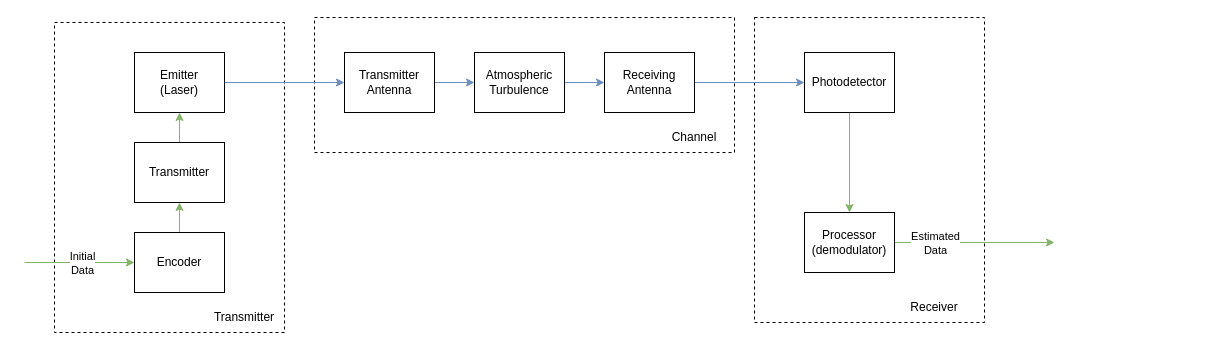
Earlier version of the draw.io diagram fsoc_diagram.drawio (Stribuzz/drawio_figs). Source tidied: cells renumbered, new cells numbered last; positions are measured from the earlier drawing's top-left corner, leaving out a move shared by most shapes. Both pictures are drawn from the tidied source at 100%, with x=0, y=0 at pixel (24, 17).
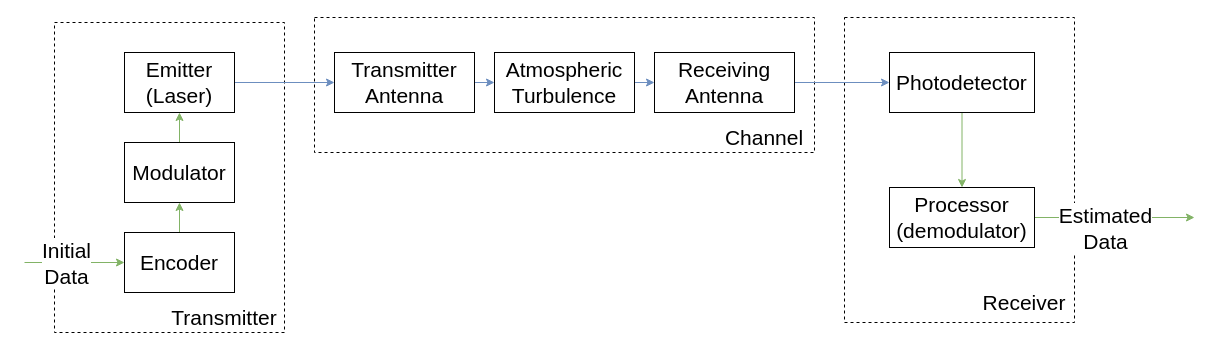
After the change.

The change refers to these unchanged cells:
```xml
<mxCell id="5" style="endArrow=classic;html=1;rounded=0;entryX=0;entryY=0.5;entryDx=0;entryDy=0;fillColor=#d5e8d4;strokeColor=#82b366;" parent="1" edge="1" target="8">
  <mxGeometry relative="1" as="geometry">
    <mxPoint y="245" as="sourcePoint" />
  </mxGeometry>
</mxCell>
```

Change to the diagram source:
```diff
@@
     <mxCell id="2" style="rounded=0;whiteSpace=wrap;html=1;fillColor=none;dashed=1;" parent="1" vertex="1">
-      <mxGeometry x="730" width="230" height="305" as="geometry" />
+      <mxGeometry x="820" width="230" height="305" as="geometry" />
     </mxCell>
     <mxCell id="3" style="rounded=0;whiteSpace=wrap;html=1;fillColor=none;dashed=1;" parent="1" vertex="1">
-      <mxGeometry x="290" width="420" height="135" as="geometry" />
+      <mxGeometry x="290" width="500" height="135" as="geometry" />
     </mxCell>
@@
-    <mxCell id="6" value="&lt;div&gt;Initial&lt;/div&gt;&lt;div&gt;Data&lt;br&gt;&lt;/div&gt;" style="edgeLabel;html=1;align=center;verticalAlign=middle;" parent="5" vertex="1">
+    <mxCell id="6" value="&lt;div&gt;&lt;font style=&quot;font-size: 21px;&quot;&gt;Initial&lt;/font&gt;&lt;/div&gt;&lt;div&gt;&lt;font style=&quot;font-size: 21px;&quot;&gt;Data&lt;br&gt;&lt;/font&gt;&lt;/div&gt;" style="edgeLabel;html=1;align=center;verticalAlign=middle;" parent="5" vertex="1">
       <mxGeometry x="0.07" y="-5" relative="1" as="geometry">
-        <mxPoint x="-2" y="-5" as="offset" />
+        <mxPoint x="-13" y="-5" as="offset" />
       </mxGeometry>
     </mxCell>
@@
-    <mxCell id="8" value="Encoder" style="rounded=0;whiteSpace=wrap;html=1;" parent="1" vertex="1">
-      <mxGeometry x="110" y="215" width="90" height="60" as="geometry" />
+    <mxCell id="8" value="&lt;font style=&quot;font-size: 21px;&quot;&gt;Encoder&lt;/font&gt;" style="rounded=0;whiteSpace=wrap;html=1;" parent="1" vertex="1">
+      <mxGeometry x="100" y="215" width="110" height="60" as="geometry" />
     </mxCell>
@@
-    <mxCell id="10" value="Transmitter" style="rounded=0;whiteSpace=wrap;html=1;" parent="1" vertex="1">
-      <mxGeometry x="110" y="125" width="90" height="60" as="geometry" />
+    <mxCell id="10" value="&lt;font style=&quot;font-size: 21px;&quot;&gt;Modulator&lt;/font&gt;" style="rounded=0;whiteSpace=wrap;html=1;" parent="1" vertex="1">
+      <mxGeometry x="100" y="125" width="110" height="60" as="geometry" />
     </mxCell>
@@
-    <mxCell id="12" value="&lt;div&gt;Emitter&lt;/div&gt;&lt;div&gt;(Laser)&lt;br&gt;&lt;/div&gt;" style="rounded=0;whiteSpace=wrap;html=1;" parent="1" vertex="1">
-      <mxGeometry x="110" y="35" width="90" height="60" as="geometry" />
+    <mxCell id="12" value="&lt;div&gt;&lt;font style=&quot;font-size: 21px;&quot;&gt;Emitter&lt;/font&gt;&lt;/div&gt;&lt;div&gt;&lt;font style=&quot;font-size: 21px;&quot;&gt;(Laser)&lt;br&gt;&lt;/font&gt;&lt;/div&gt;" style="rounded=0;whiteSpace=wrap;html=1;" parent="1" vertex="1">
+      <mxGeometry x="100" y="35" width="110" height="60" as="geometry" />
     </mxCell>
@@
-    <mxCell id="14" value="&lt;div&gt;Transmitter&lt;/div&gt;&lt;div&gt;Antenna&lt;/div&gt;" style="rounded=0;whiteSpace=wrap;html=1;" parent="1" vertex="1">
-      <mxGeometry x="320" y="35" width="90" height="60" as="geometry" />
+    <mxCell id="14" value="&lt;div&gt;&lt;font style=&quot;font-size: 21px;&quot;&gt;Transmitter&lt;/font&gt;&lt;/div&gt;&lt;div&gt;&lt;font style=&quot;font-size: 21px;&quot;&gt;Antenna&lt;/font&gt;&lt;/div&gt;" style="rounded=0;whiteSpace=wrap;html=1;" parent="1" vertex="1">
+      <mxGeometry x="310" y="35" width="140" height="60" as="geometry" />
     </mxCell>
-    <mxCell id="15" value="Transmitter" style="text;html=1;align=center;verticalAlign=middle;whiteSpace=wrap;rounded=0;" parent="1" vertex="1">
-      <mxGeometry x="190" y="285" width="60" height="30" as="geometry" />
+    <mxCell id="15" value="&lt;font style=&quot;font-size: 21px;&quot;&gt;Transmitter&lt;/font&gt;" style="text;html=1;align=center;verticalAlign=middle;whiteSpace=wrap;rounded=0;" parent="1" vertex="1">
+      <mxGeometry x="170" y="285" width="60" height="30" as="geometry" />
     </mxCell>
@@
-    <mxCell id="17" value="&lt;div&gt;Atmospheric &lt;br&gt;&lt;/div&gt;&lt;div&gt;Turbulence&lt;br&gt;&lt;/div&gt;" style="rounded=0;whiteSpace=wrap;html=1;" parent="1" vertex="1">
-      <mxGeometry x="450" y="35" width="90" height="60" as="geometry" />
+    <mxCell id="17" value="&lt;div&gt;&lt;font style=&quot;font-size: 21px;&quot;&gt;Atmospheric &lt;br&gt;&lt;/font&gt;&lt;/div&gt;&lt;div&gt;&lt;font style=&quot;font-size: 21px;&quot;&gt;Turbulence&lt;br&gt;&lt;/font&gt;&lt;/div&gt;" style="rounded=0;whiteSpace=wrap;html=1;" parent="1" vertex="1">
+      <mxGeometry x="470" y="35" width="140" height="60" as="geometry" />
     </mxCell>
@@
-    <mxCell id="19" value="&lt;div&gt;Receiving&lt;/div&gt;&lt;div&gt;Antenna&lt;br&gt;&lt;/div&gt;" style="rounded=0;whiteSpace=wrap;html=1;" parent="1" vertex="1">
-      <mxGeometry x="580" y="35" width="90" height="60" as="geometry" />
+    <mxCell id="19" value="&lt;div&gt;&lt;font style=&quot;font-size: 21px;&quot;&gt;Receiving&lt;/font&gt;&lt;/div&gt;&lt;div&gt;&lt;font style=&quot;font-size: 21px;&quot;&gt;Antenna&lt;br&gt;&lt;/font&gt;&lt;/div&gt;" style="rounded=0;whiteSpace=wrap;html=1;" parent="1" vertex="1">
+      <mxGeometry x="630" y="35" width="140" height="60" as="geometry" />
     </mxCell>
-    <mxCell id="20" value="Channel" style="text;html=1;align=center;verticalAlign=middle;whiteSpace=wrap;rounded=0;" parent="1" vertex="1">
-      <mxGeometry x="640" y="105" width="60" height="30" as="geometry" />
+    <mxCell id="20" value="&lt;font style=&quot;font-size: 21px;&quot;&gt;Channel&lt;/font&gt;" style="text;html=1;align=center;verticalAlign=middle;whiteSpace=wrap;rounded=0;" parent="1" vertex="1">
+      <mxGeometry x="710" y="105" width="60" height="30" as="geometry" />
     </mxCell>
@@
-    <mxCell id="22" value="Photodetector" style="rounded=0;whiteSpace=wrap;html=1;" parent="1" vertex="1">
-      <mxGeometry x="780" y="35" width="90" height="60" as="geometry" />
+    <mxCell id="22" value="&lt;font style=&quot;font-size: 21px;&quot;&gt;Photodetector&lt;/font&gt;" style="rounded=0;whiteSpace=wrap;html=1;" parent="1" vertex="1">
+      <mxGeometry x="865" y="35" width="145" height="60" as="geometry" />
     </mxCell>
     <mxCell id="23" style="edgeStyle=orthogonalEdgeStyle;rounded=0;jettySize=auto;html=1;exitX=1;exitY=0.5;exitDx=0;exitDy=0;fillColor=#d5e8d4;strokeColor=#82b366;" parent="1" edge="1" source="25">
       <mxGeometry relative="1" as="geometry">
-        <mxPoint x="1030" y="225" as="targetPoint" />
+        <mxPoint x="1170" y="200" as="targetPoint" />
       </mxGeometry>
     </mxCell>
-    <mxCell id="24" value="&lt;div&gt;Estimated&lt;/div&gt;&lt;div&gt;Data&lt;br&gt;&lt;/div&gt;" style="edgeLabel;html=1;align=center;verticalAlign=middle;" parent="23" vertex="1">
+    <mxCell id="24" value="&lt;div&gt;&lt;font style=&quot;font-size: 21px;&quot;&gt;Estimated&lt;/font&gt;&lt;/div&gt;&lt;div&gt;&lt;font style=&quot;font-size: 21px;&quot;&gt;Data&lt;br&gt;&lt;/font&gt;&lt;/div&gt;" style="edgeLabel;html=1;align=center;verticalAlign=middle;" parent="23" vertex="1">
       <mxGeometry x="-0.2" y="1" relative="1" as="geometry">
-        <mxPoint x="-24" y="1" as="offset" />
+        <mxPoint x="6" y="11" as="offset" />
       </mxGeometry>
     </mxCell>
-    <mxCell id="25" value="&lt;div&gt;Processor&lt;/div&gt;&lt;div&gt;(demodulator)&lt;br&gt;&lt;/div&gt;" style="rounded=0;whiteSpace=wrap;html=1;" parent="1" vertex="1">
-      <mxGeometry x="780" y="195" width="90" height="60" as="geometry" />
+    <mxCell id="25" value="&lt;div&gt;&lt;font style=&quot;font-size: 21px;&quot;&gt;Processor&lt;/font&gt;&lt;/div&gt;&lt;div&gt;&lt;font style=&quot;font-size: 21px;&quot;&gt;(demodulator)&lt;br&gt;&lt;/font&gt;&lt;/div&gt;" style="rounded=0;whiteSpace=wrap;html=1;" parent="1" vertex="1">
+      <mxGeometry x="865" y="170" width="145" height="60" as="geometry" />
     </mxCell>
-    <mxCell id="26" value="Receiver" style="text;html=1;align=center;verticalAlign=middle;whiteSpace=wrap;rounded=0;" parent="1" vertex="1">
-      <mxGeometry x="880" y="275" width="60" height="30" as="geometry" />
+    <mxCell id="26" value="&lt;font style=&quot;font-size: 21px;&quot;&gt;Receiver&lt;/font&gt;" style="text;html=1;align=center;verticalAlign=middle;whiteSpace=wrap;rounded=0;" parent="1" vertex="1">
+      <mxGeometry x="970" y="270" width="60" height="30" as="geometry" />
     </mxCell>
```
